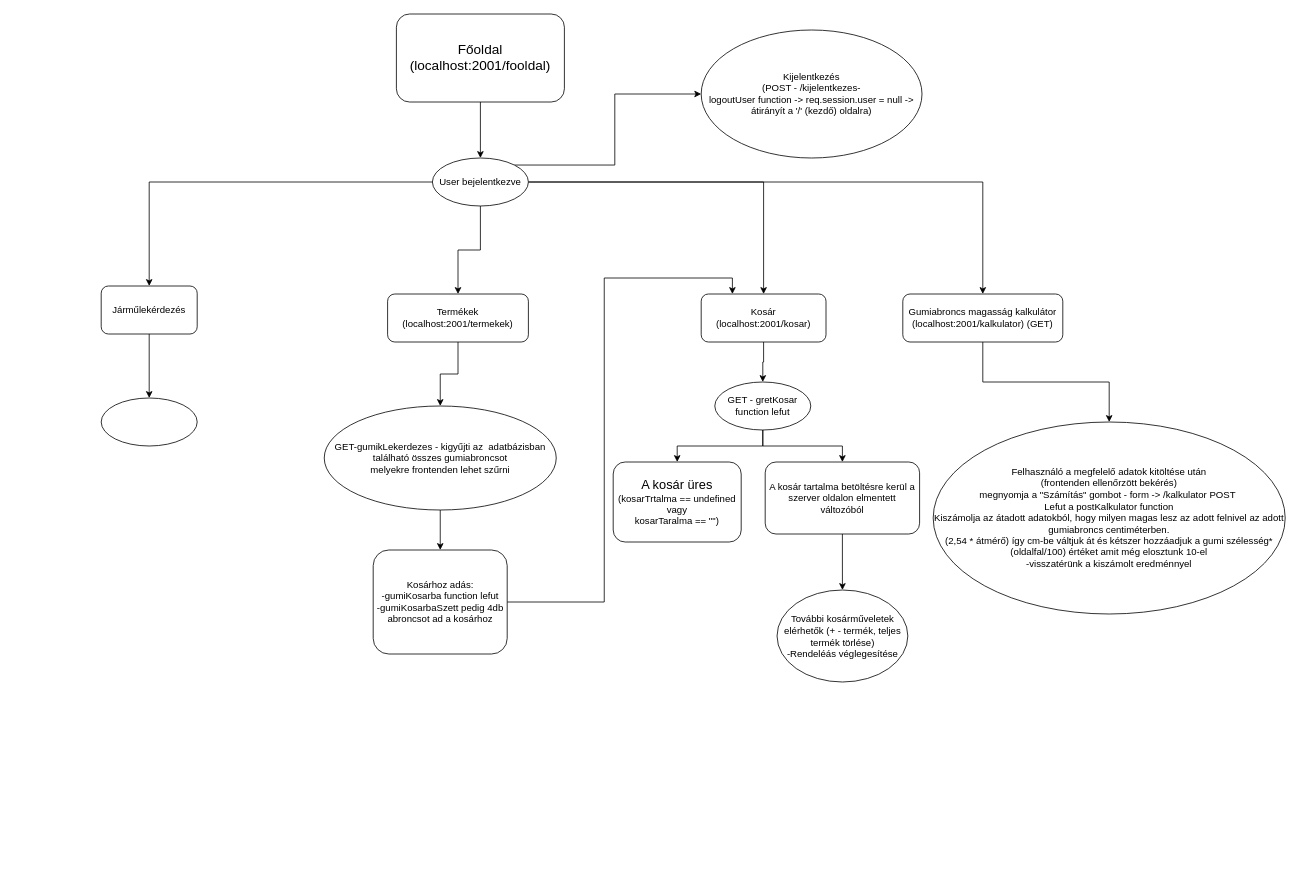
Earlier version of the draw.io diagram diagram2.drawio (szekelyaron/OKJ_vizsgaremek). Source tidied: cells renumbered, new cells numbered last; positions are measured from the earlier drawing's top-left corner, leaving out a move shared by most shapes. Both pictures are drawn from the tidied source at 80%, with x=0, y=0 at pixel (101, 14).
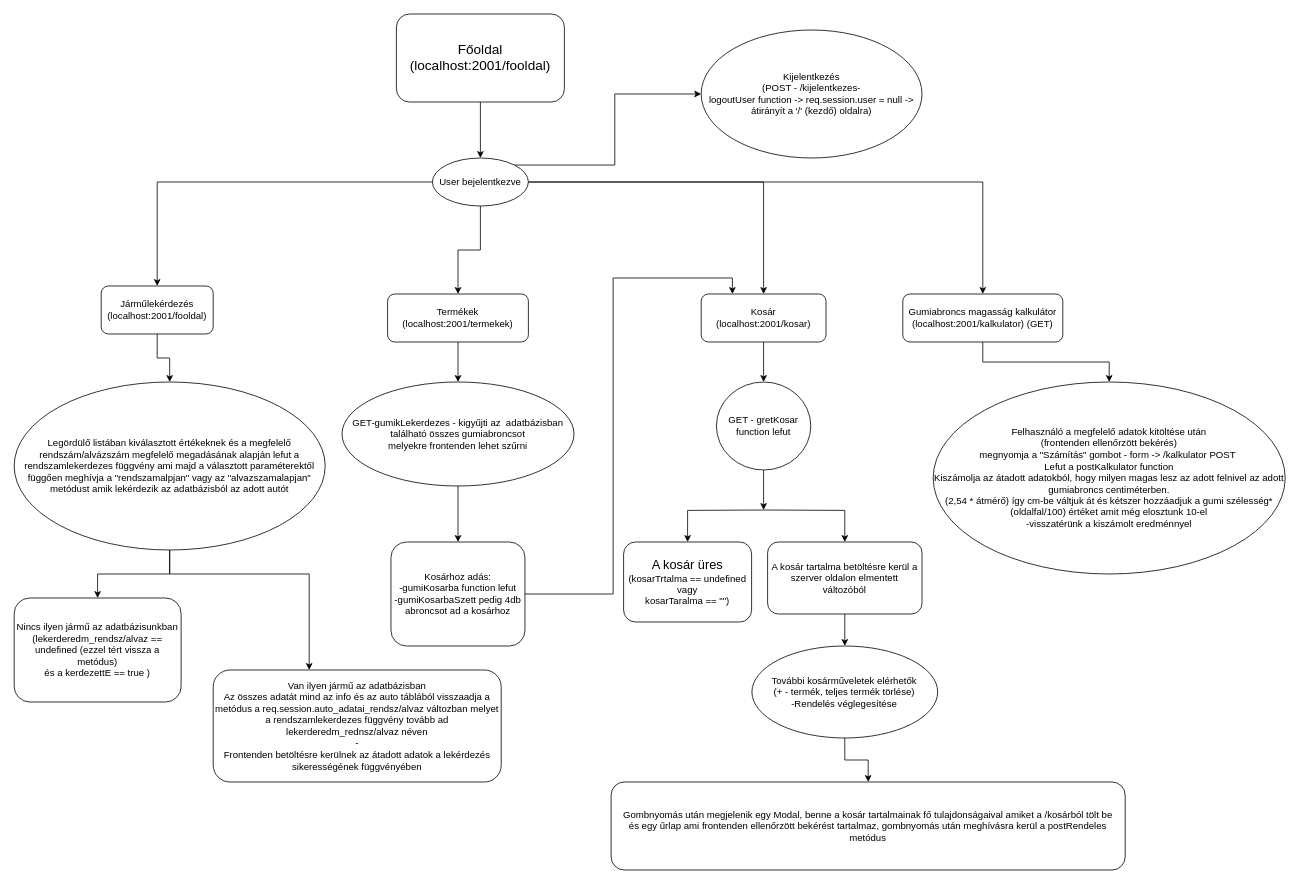
After the change.

The edit, as a diff of the source:
```diff
@@
-    <mxCell id="12" value="Járműlekérdezés" style="whiteSpace=wrap;html=1;rounded=1;" parent="1" vertex="1">
-      <mxGeometry y="340" width="120" height="60" as="geometry" />
+    <mxCell id="12" value="Járműlekérdezés&lt;br&gt;(localhost:2001/fooldal)" style="whiteSpace=wrap;html=1;rounded=1;" parent="1" vertex="1">
+      <mxGeometry y="340" width="140" height="60" as="geometry" />
     </mxCell>
@@
+    <mxCell id="32" style="edgeStyle=orthogonalEdgeStyle;rounded=0;jettySize=auto;html=1;" parent="1" edge="1" source="19" target="36">
+      <mxGeometry relative="1" as="geometry" />
+    </mxCell>
+    <mxCell id="33" style="edgeStyle=orthogonalEdgeStyle;rounded=0;jettySize=auto;html=1;" parent="1" edge="1" source="19" target="37">
+      <mxGeometry relative="1" as="geometry">
+        <Array as="points">
+          <mxPoint x="86" y="700" />
+          <mxPoint x="260" y="700" />
+        </Array>
+      </mxGeometry>
+    </mxCell>
-    <mxCell id="19" style="ellipse;whiteSpace=wrap;html=1;rounded=1;" parent="1" vertex="1">
-      <mxGeometry y="480" width="120" height="60" as="geometry" />
+    <mxCell id="19" value="Legördülő listában kiválasztott értékeknek és a megfelelő rendszám/alvázszám megfelelő megadásának alapján lefut a rendszamlekerdezes függvény ami majd a választott paraméterektől függően meghívja a &quot;rendszamalpjan&quot; vagy az &quot;alvazszamalapjan&quot; metódust amik lekérdezik az adatbázisból az adott autót" style="ellipse;whiteSpace=wrap;html=1;rounded=1;" parent="1" vertex="1">
+      <mxGeometry x="-108.8" y="460" width="388.8" height="210" as="geometry" />
     </mxCell>
@@
     <mxCell id="21" value="GET-gumikLekerdezes - kigyűjti az&amp;nbsp; adatbázisban található összes gumiabroncsot&lt;br&gt;melyekre frontenden lehet szűrni" style="ellipse;whiteSpace=wrap;html=1;rounded=1;" parent="1" vertex="1">
-      <mxGeometry x="278.8" y="490" width="290" height="130" as="geometry" />
+      <mxGeometry x="301" y="460" width="290" height="130" as="geometry" />
     </mxCell>
@@
     <mxCell id="23" value="Kosárhoz adás:&lt;br&gt;-gumiKosarba function lefut&lt;br&gt;-gumiKosarbaSzett pedig 4db abroncsot ad a kosárhoz" style="whiteSpace=wrap;html=1;rounded=1;" parent="1" vertex="1">
-      <mxGeometry x="340" y="670" width="167.5" height="130" as="geometry" />
+      <mxGeometry x="362.2" y="660" width="167.5" height="130" as="geometry" />
     </mxCell>
-    <mxCell id="24" style="edgeStyle=orthogonalEdgeStyle;rounded=0;jettySize=auto;html=1;fontSize=17;" parent="1" edge="1" source="26" target="27">
-      <mxGeometry relative="1" as="geometry" />
+    <mxCell id="24" style="edgeStyle=orthogonalEdgeStyle;rounded=0;jettySize=auto;html=1;fontSize=17;" parent="1" edge="1" target="27">
+      <mxGeometry relative="1" as="geometry">
+        <mxPoint x="830" y="620" as="sourcePoint" />
+      </mxGeometry>
     </mxCell>
-    <mxCell id="25" style="edgeStyle=orthogonalEdgeStyle;rounded=0;jettySize=auto;html=1;fontSize=17;" parent="1" edge="1" source="26" target="29">
-      <mxGeometry relative="1" as="geometry" />
+    <mxCell id="25" style="edgeStyle=orthogonalEdgeStyle;rounded=0;jettySize=auto;html=1;fontSize=17;" parent="1" edge="1" target="29">
+      <mxGeometry relative="1" as="geometry">
+        <mxPoint x="830" y="620" as="sourcePoint" />
+      </mxGeometry>
     </mxCell>
+    <mxCell id="34" style="edgeStyle=orthogonalEdgeStyle;rounded=0;jettySize=auto;html=1;" parent="1" edge="1" source="26">
+      <mxGeometry relative="1" as="geometry">
+        <mxPoint x="828" y="620" as="targetPoint" />
+      </mxGeometry>
+    </mxCell>
     <mxCell id="26" value="GET - gretKosar function lefut" style="ellipse;whiteSpace=wrap;html=1;rounded=1;" parent="1" vertex="1">
-      <mxGeometry x="767" y="460" width="120" height="60" as="geometry" />
+      <mxGeometry x="769" y="460" width="118" height="110" as="geometry" />
     </mxCell>
     <mxCell id="27" value="&lt;font style=&quot;font-size: 16px&quot;&gt;A kosár üres&lt;/font&gt;&lt;br&gt;(kosarTrtalma == undefined vagy&lt;br&gt;kosarTaralma == &quot;&quot;)" style="whiteSpace=wrap;html=1;rounded=1;" parent="1" vertex="1">
-      <mxGeometry x="640" y="560" width="160" height="100" as="geometry" />
+      <mxGeometry x="653" y="660" width="160" height="100" as="geometry" />
     </mxCell>
@@
     <mxCell id="29" value="A kosár tartalma betöltésre kerül a szerver oldalon elmentett változóból" style="whiteSpace=wrap;html=1;rounded=1;" parent="1" vertex="1">
-      <mxGeometry x="830" y="560" width="193" height="90" as="geometry" />
+      <mxGeometry x="833" y="660" width="193" height="90" as="geometry" />
     </mxCell>
+    <mxCell id="35" style="edgeStyle=orthogonalEdgeStyle;rounded=0;jettySize=auto;html=1;" parent="1" edge="1" source="30" target="38">
+      <mxGeometry relative="1" as="geometry" />
+    </mxCell>
-    <mxCell id="30" value="További kosárműveletek elérhetők (+ - termék, teljes termék törlése)&lt;br&gt;-Rendeléás véglegesítése" style="ellipse;whiteSpace=wrap;html=1;rounded=1;" parent="1" vertex="1">
-      <mxGeometry x="844.8" y="720" width="163.5" height="115" as="geometry" />
+    <mxCell id="30" value="További kosárműveletek elérhetők&lt;br&gt;(+ - termék, teljes termék törlése)&lt;br&gt;-Rendelés véglegesítése" style="ellipse;whiteSpace=wrap;html=1;rounded=1;" parent="1" vertex="1">
+      <mxGeometry x="813.4" y="790" width="232.2" height="115" as="geometry" />
     </mxCell>
     <mxCell id="31" value="Felhasználó a megfelelő adatok kitöltése után&lt;br&gt;(frontenden ellenőrzött bekérés)&lt;br&gt;megnyomja a &quot;Számítás&quot; gombot - form -&amp;gt; /kalkulator POST&amp;nbsp;&lt;br&gt;Lefut a postKalkulator function&lt;br&gt;Kiszámolja az átadott adatokból, hogy milyen magas lesz az adott felnivel az adott gumiabroncs centiméterben.&lt;br&gt;(2,54 * átmérő) így cm-be váltjuk át és kétszer hozzáadjuk a gumi szélesség*(oldalfal/100) értéket amit még elosztunk 10-el&lt;br&gt;-visszatérünk a kiszámolt eredménnyel" style="ellipse;whiteSpace=wrap;html=1;rounded=1;" parent="1" vertex="1">
-      <mxGeometry x="1040" y="510" width="440" height="240" as="geometry" />
+      <mxGeometry x="1040" y="460" width="440" height="240" as="geometry" />
     </mxCell>
+    <mxCell id="36" value="Nincs ilyen jármű az adatbázisunkban&lt;br&gt;(lekerderedm_rendsz/alvaz == undefined (ezzel tért vissza a metódus)&lt;br&gt;és a kerdezettE == true )" style="whiteSpace=wrap;html=1;rounded=1;" parent="1" vertex="1">
+      <mxGeometry x="-108.8" y="730" width="208.7" height="130" as="geometry" />
+    </mxCell>
+    <mxCell id="37" value="Van ilyen jármű az adatbázisban&lt;br&gt;Az összes adatát mind az info és az auto táblából visszaadja a metódus a req.session.auto_adatai_rendsz/alvaz változban melyet a rendszamlekerdezes függvény tovább ad lekerderedm_rednsz/alvaz néven&lt;br&gt;-&lt;br&gt;Frontenden betöltésre kerülnek az átadott adatok a lekérdezés sikerességének függvényében" style="whiteSpace=wrap;html=1;rounded=1;" parent="1" vertex="1">
+      <mxGeometry x="140" y="820" width="360" height="140" as="geometry" />
+    </mxCell>
+    <mxCell id="38" value="Gombnyomás után megjelenik egy Modal, benne a kosár tartalmainak fő tulajdonságaival amiket a /kosárból tölt be&lt;br&gt;és egy űrlap ami frontenden ellenőrzött bekérést tartalmaz, gombnyomás után meghívásra kerül a postRendeles metódus" style="whiteSpace=wrap;html=1;rounded=1;" parent="1" vertex="1">
+      <mxGeometry x="637.4" y="960" width="642.6" height="110" as="geometry" />
+    </mxCell>
```
